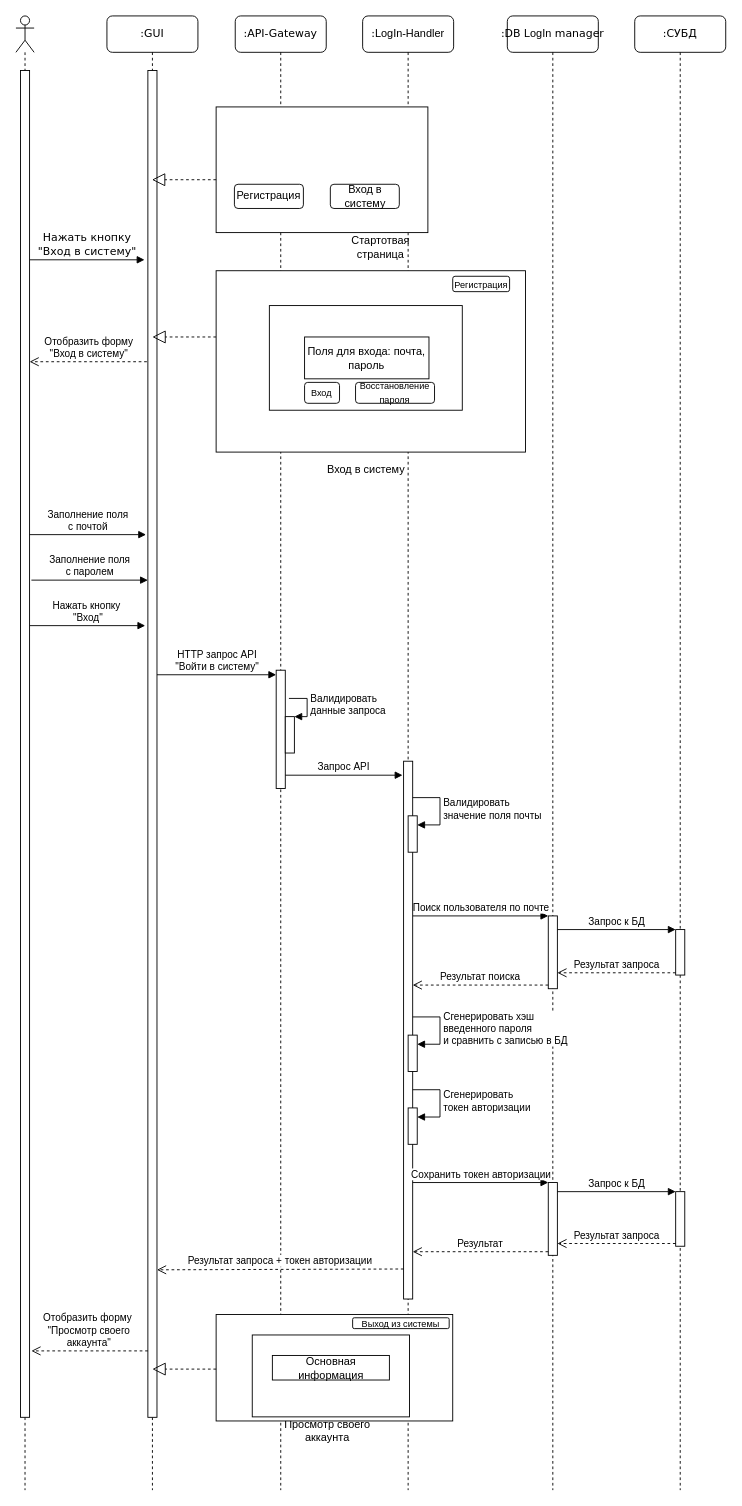
AS2/internet_technologies keeps this draw.io diagram as raw_diagrams/log_in_request_flow_diagram.drawio. Above is the earlier version. Source tidied: cells renumbered, new cells numbered last; positions are measured from the earlier drawing's top-left corner, leaving out a move shared by most shapes. Both pictures are drawn from the tidied source at 91%, with x=0, y=0 at pixel (15, 15).
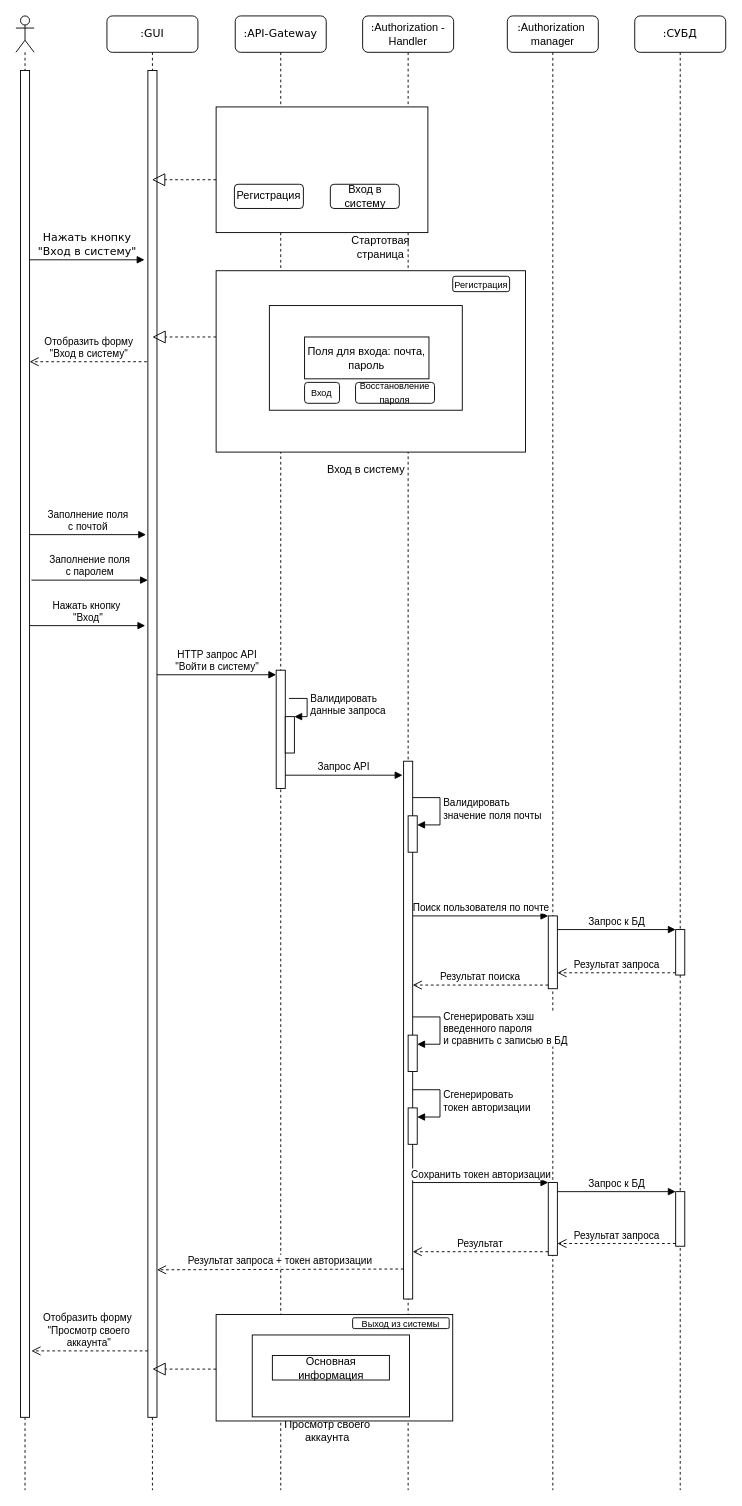
The same diagram, later.

Commit message (it also covers changes not shown here):
Fixed components and flow diagrams

Diff of the diagram source:
```diff
@@
-    <mxCell id="11" value=":DB&amp;nbsp;&lt;span style=&quot;font-family: Helvetica;&quot;&gt;LogIn&lt;/span&gt;&amp;nbsp;manager" style="shape=umlLifeline;perimeter=lifelinePerimeter;whiteSpace=wrap;html=1;rounded=1;shadow=0;comic=0;labelBackgroundColor=none;strokeWidth=1;fontFamily=Verdana;fontSize=12;align=center;" parent="1" vertex="1">
+    <mxCell id="11" value=":&lt;span style=&quot;font-family: Helvetica;&quot;&gt;Authorization&amp;nbsp;&lt;/span&gt;&lt;br style=&quot;font-family: Helvetica;&quot;&gt;&lt;span style=&quot;font-family: Helvetica;&quot;&gt;manager&lt;/span&gt;" style="shape=umlLifeline;perimeter=lifelinePerimeter;whiteSpace=wrap;html=1;rounded=1;shadow=0;comic=0;labelBackgroundColor=none;strokeWidth=1;fontFamily=Verdana;fontSize=12;align=center;" parent="1" vertex="1">
       <mxGeometry x="540" width="100" height="1620" as="geometry" />
     </mxCell>
@@
-    <mxCell id="25" value=":&lt;span style=&quot;font-family: Helvetica;&quot;&gt;LogIn-Handler&lt;/span&gt;" style="shape=umlLifeline;perimeter=lifelinePerimeter;whiteSpace=wrap;html=1;rounded=1;shadow=0;comic=0;labelBackgroundColor=none;strokeWidth=1;fontFamily=Verdana;fontSize=12;align=center;" parent="1" vertex="1">
+    <mxCell id="25" value=":&lt;span style=&quot;font-family: Helvetica;&quot;&gt;Authorization -Handler&lt;/span&gt;" style="shape=umlLifeline;perimeter=lifelinePerimeter;whiteSpace=wrap;html=1;rounded=1;shadow=0;comic=0;labelBackgroundColor=none;strokeWidth=1;fontFamily=Verdana;fontSize=12;align=center;" parent="1" vertex="1">
       <mxGeometry x="381" width="100" height="1620" as="geometry" />
     </mxCell>
```
